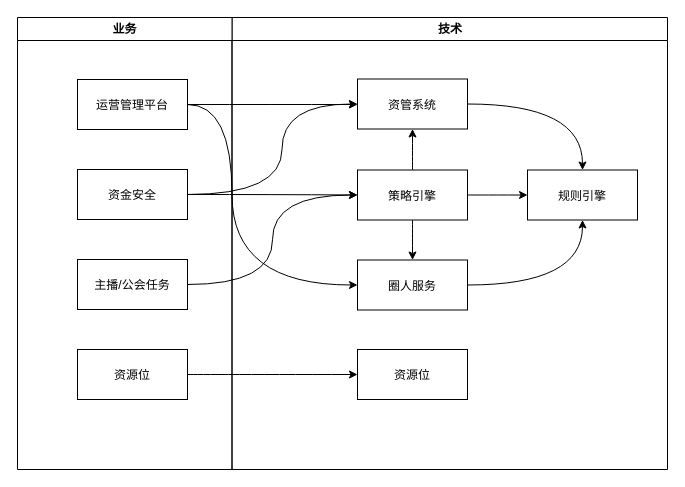
The draw.io diagram buss_to_tech.drawio in carlonelong/pics, before the edit. Source tidied: cells renumbered, new cells numbered last; positions are measured from the earlier drawing's top-left corner, leaving out a move shared by most shapes. Both pictures are drawn from the tidied source at 100%, with x=0, y=0 at pixel (17, 17).
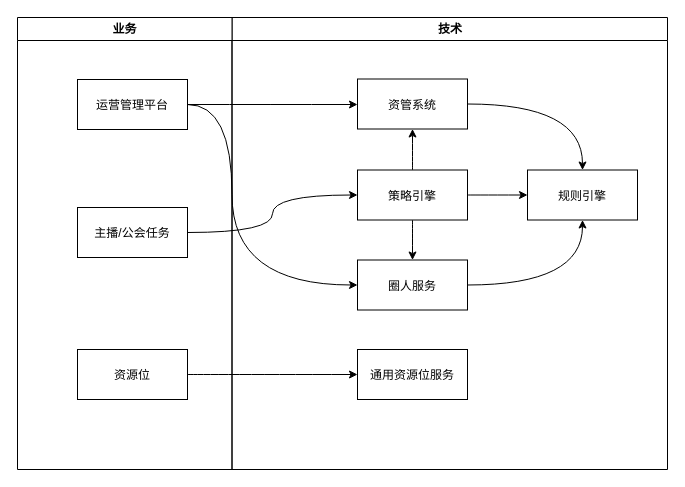
After the change.

Unchanged cells that the change refers to:
```xml
<mxCell id="2" value="技术" style="swimlane;whiteSpace=wrap;" parent="1" vertex="1">
  <mxGeometry x="214.5" width="435.5" height="452" as="geometry" />
</mxCell>
<mxCell id="4" value="资管系统" parent="2" vertex="1">
  <mxGeometry x="125.5" y="61.5" width="110" height="50" as="geometry" />
</mxCell>
<mxCell id="11" value="策略引擎" parent="2" vertex="1">
  <mxGeometry x="125.5" y="152.5" width="110" height="50" as="geometry" />
</mxCell>
<mxCell id="13" value="业务" style="swimlane;whiteSpace=wrap;" parent="1" vertex="1">
  <mxGeometry width="214.5" height="452" as="geometry" />
</mxCell>
```

The edit, as a diff of the source:
```diff
@@
-    <mxCell id="12" value="资源位" parent="2" vertex="1">
+    <mxCell id="12" value="通用资源位服务" parent="2" vertex="1">
       <mxGeometry x="125.5" y="332" width="110" height="50" as="geometry" />
     </mxCell>
@@
-    <mxCell id="15" value="资金安全" parent="13" vertex="1">
-      <mxGeometry x="60" y="152" width="110" height="50" as="geometry" />
-    </mxCell>
@@
     <mxCell id="17" value="主播/公会任务" parent="13" vertex="1">
-      <mxGeometry x="60" y="242" width="110" height="50" as="geometry" />
+      <mxGeometry x="60" y="190" width="110" height="50" as="geometry" />
     </mxCell>
@@
-    <mxCell id="19" style="edgeStyle=orthogonalEdgeStyle;rounded=0;jettySize=auto;html=1;exitX=1;exitY=0.5;exitDx=0;exitDy=0;entryX=0;entryY=0.5;entryDx=0;entryDy=0;curved=1;" parent="1" edge="1" source="15" target="4">
-      <mxGeometry relative="1" as="geometry">
-        <Array as="points">
-          <mxPoint x="264.5" y="177" />
-          <mxPoint x="264.5" y="86" />
-        </Array>
-      </mxGeometry>
-    </mxCell>
-    <mxCell id="20" style="edgeStyle=orthogonalEdgeStyle;curved=1;rounded=0;jettySize=auto;html=1;exitX=1;exitY=0.5;exitDx=0;exitDy=0;" parent="1" edge="1" source="15" target="11">
-      <mxGeometry relative="1" as="geometry" />
-    </mxCell>
```
